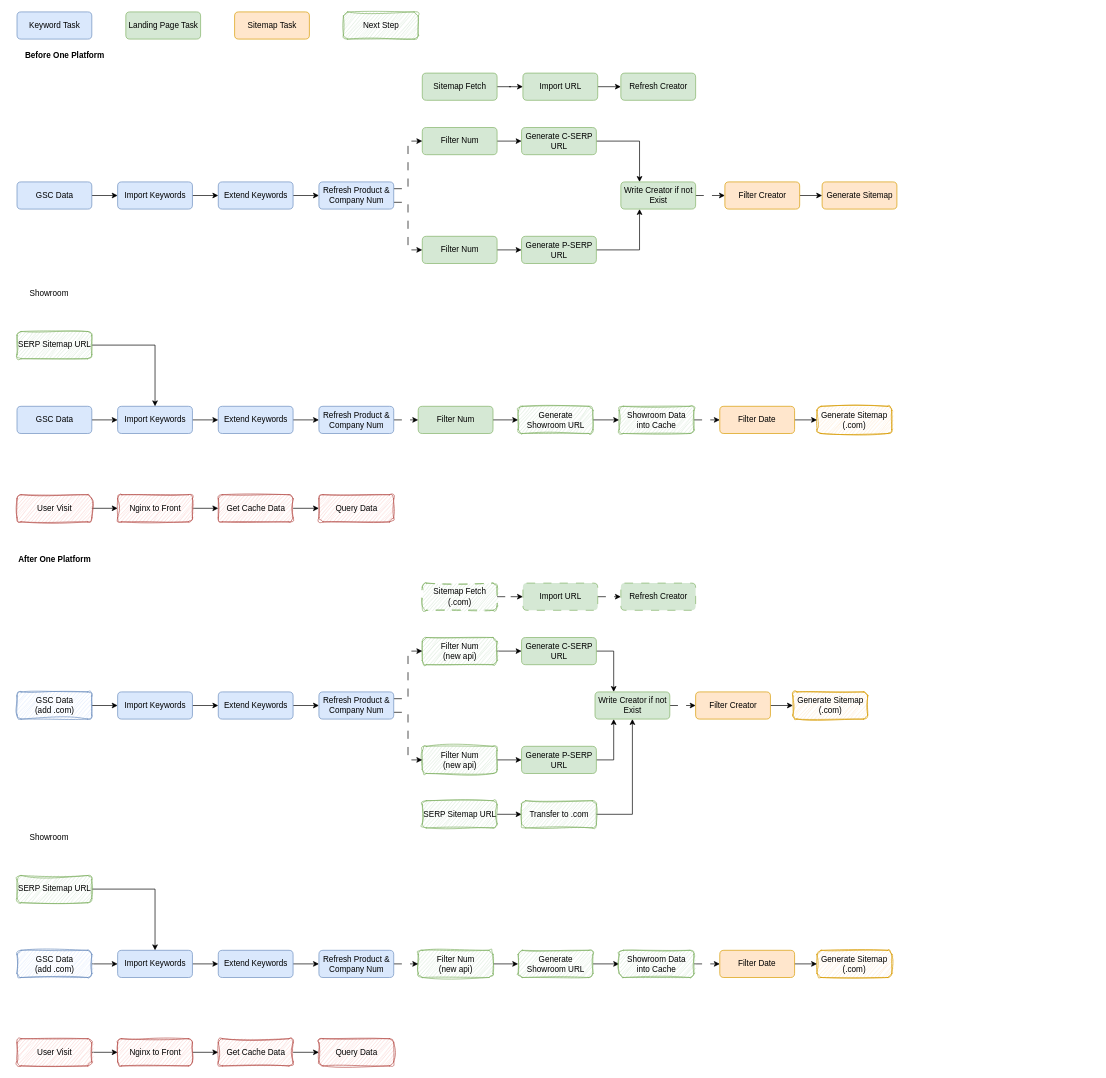
VisableHarry/seo-drawio keeps this draw.io diagram as drawio/ep_sitemap.drawio. Above is the earlier version. Source tidied: cells renumbered, new cells numbered last; positions are measured from the earlier drawing's top-left corner, leaving out a move shared by most shapes. Both pictures are drawn from the tidied source at 68%, with x=0, y=0 at pixel (12, 12).
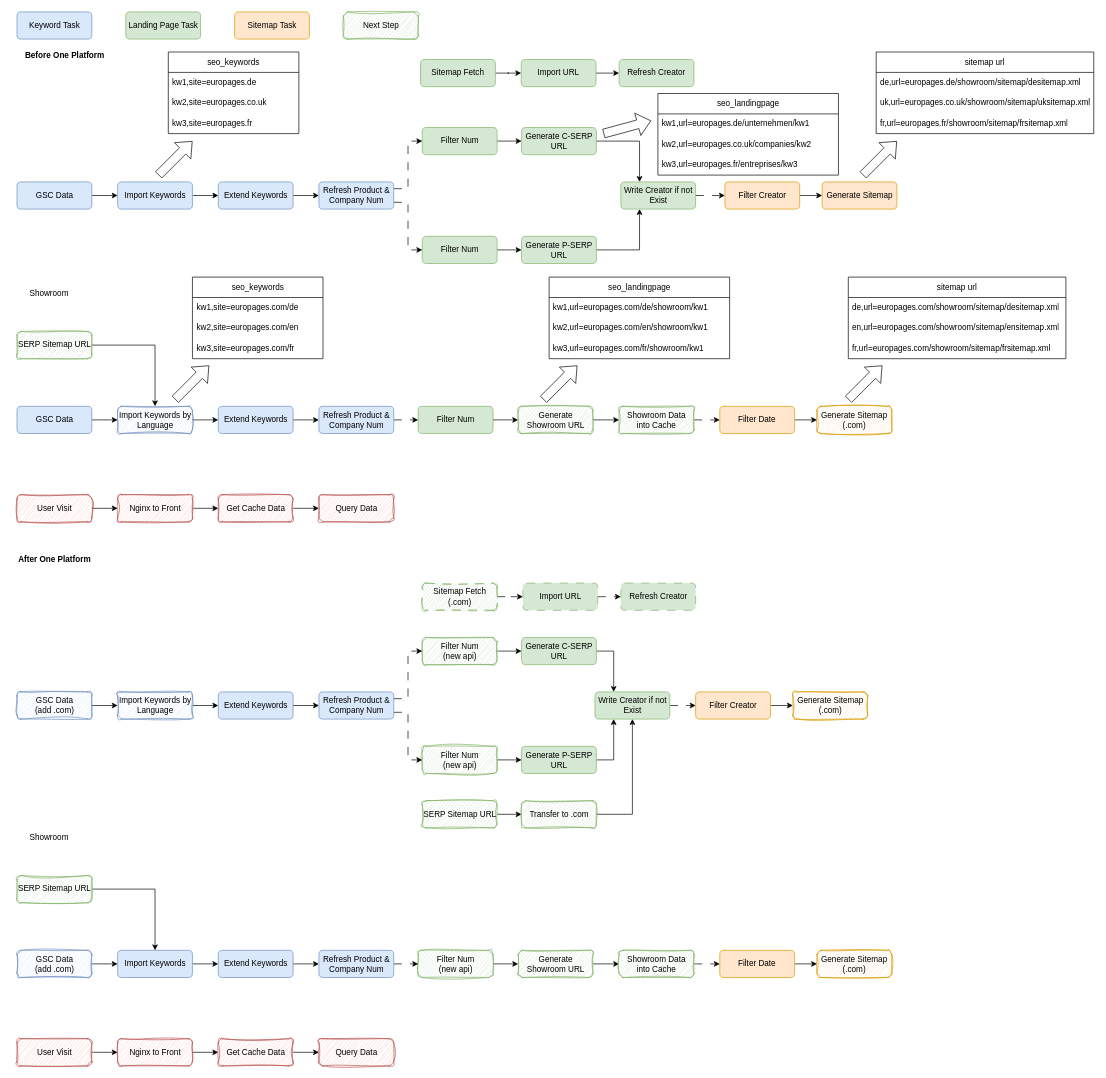
The same page after the edit.

Unchanged cells that the change refers to:
```xml
<mxCell id="35" value="GSC Data&lt;div&gt;(add .com)&lt;/div&gt;" style="rounded=1;whiteSpace=wrap;html=1;fillColor=#dae8fc;strokeColor=#6c8ebf;sketch=1;curveFitting=1;jiggle=2;" parent="1" vertex="1">
  <mxGeometry x="7.5" y="1000" width="110" height="40" as="geometry" />
</mxCell>
<mxCell id="39" value="Extend Keywords" style="rounded=1;whiteSpace=wrap;html=1;fillColor=#dae8fc;strokeColor=#6c8ebf;" parent="1" vertex="1">
  <mxGeometry x="303.5" y="1000" width="110" height="40" as="geometry" />
</mxCell>
```

The edit, as a diff of the source:
```diff
@@
     <mxCell id="17" value="Sitemap Fetch" style="rounded=1;whiteSpace=wrap;html=1;fillColor=#d5e8d4;strokeColor=#82b366;" parent="1" vertex="1">
-      <mxGeometry x="603.5" y="90" width="110" height="40" as="geometry" />
+      <mxGeometry x="601" y="70" width="110" height="40" as="geometry" />
     </mxCell>
@@
     <mxCell id="22" value="Import URL" style="rounded=1;whiteSpace=wrap;html=1;fillColor=#d5e8d4;strokeColor=#82b366;" parent="1" vertex="1">
-      <mxGeometry x="751.5" y="90" width="110" height="40" as="geometry" />
+      <mxGeometry x="749" y="70" width="110" height="40" as="geometry" />
     </mxCell>
@@
     <mxCell id="26" value="Refresh Creator" style="rounded=1;whiteSpace=wrap;html=1;fillColor=#d5e8d4;strokeColor=#82b366;" parent="1" vertex="1">
-      <mxGeometry x="895.5" y="90" width="110" height="40" as="geometry" />
+      <mxGeometry x="893" y="70" width="110" height="40" as="geometry" />
     </mxCell>
@@
-    <mxCell id="34" style="edgeStyle=orthogonalEdgeStyle;rounded=0;jettySize=auto;html=1;exitX=1;exitY=0.5;exitDx=0;exitDy=0;entryX=0;entryY=0.5;entryDx=0;entryDy=0;" parent="1" edge="1" source="35" target="37">
-      <mxGeometry relative="1" as="geometry" />
+    <mxCell id="34" style="edgeStyle=orthogonalEdgeStyle;rounded=0;jettySize=auto;html=1;exitX=1;exitY=0.5;exitDx=0;exitDy=0;entryX=0;entryY=0.5;entryDx=0;entryDy=0;" parent="1" edge="1" source="35">
+      <mxGeometry relative="1" as="geometry">
+        <mxPoint x="155.5" y="1020" as="targetPoint" />
+      </mxGeometry>
     </mxCell>
@@
-    <mxCell id="36" style="edgeStyle=orthogonalEdgeStyle;rounded=0;jettySize=auto;html=1;exitX=1;exitY=0.5;exitDx=0;exitDy=0;entryX=0;entryY=0.5;entryDx=0;entryDy=0;" parent="1" edge="1" source="37" target="39">
-      <mxGeometry relative="1" as="geometry" />
+    <mxCell id="36" style="edgeStyle=orthogonalEdgeStyle;rounded=0;jettySize=auto;html=1;exitX=1;exitY=0.5;exitDx=0;exitDy=0;entryX=0;entryY=0.5;entryDx=0;entryDy=0;" parent="1" edge="1" target="39">
+      <mxGeometry relative="1" as="geometry">
+        <mxPoint x="265.5" y="1020" as="sourcePoint" />
+      </mxGeometry>
     </mxCell>
-    <mxCell id="37" value="Import Keywords" style="rounded=1;whiteSpace=wrap;html=1;fillColor=#dae8fc;strokeColor=#6c8ebf;" parent="1" vertex="1">
-      <mxGeometry x="155.5" y="1000" width="110" height="40" as="geometry" />
-    </mxCell>
@@
-    <mxCell id="93" value="Import Keywords" style="rounded=1;whiteSpace=wrap;html=1;fillColor=#dae8fc;strokeColor=#6c8ebf;" parent="1" vertex="1">
+    <mxCell id="93" value="Import Keywords by Language" style="rounded=1;whiteSpace=wrap;html=1;fillColor=#dae8fc;strokeColor=#6c8ebf;sketch=1;curveFitting=1;jiggle=2;" parent="1" vertex="1">
       <mxGeometry x="155.5" y="580" width="110" height="40" as="geometry" />
     </mxCell>
@@
+    <mxCell id="120" value="seo_keywords" style="swimlane;fontStyle=0;horizontal=1;startSize=30;whiteSpace=wrap;html=1;" parent="1" vertex="1">
+      <mxGeometry x="265.5" y="390" width="192" height="120" as="geometry" />
+    </mxCell>
+    <mxCell id="121" value="kw1,site=europages.com/de" style="text;strokeColor=none;fillColor=none;align=left;verticalAlign=middle;spacingLeft=4;spacingRight=4;overflow=hidden;whiteSpace=wrap;html=1;" parent="120" vertex="1">
+      <mxGeometry y="30" width="192" height="30" as="geometry" />
+    </mxCell>
+    <mxCell id="122" value="kw2,site=europages.com/en" style="text;strokeColor=none;fillColor=none;align=left;verticalAlign=middle;spacingLeft=4;spacingRight=4;overflow=hidden;whiteSpace=wrap;html=1;" parent="120" vertex="1">
+      <mxGeometry y="60" width="192" height="30" as="geometry" />
+    </mxCell>
+    <mxCell id="123" value="kw3,site=europages.com/fr" style="text;strokeColor=none;fillColor=none;align=left;verticalAlign=middle;spacingLeft=4;spacingRight=4;overflow=hidden;whiteSpace=wrap;html=1;" parent="120" vertex="1">
+      <mxGeometry y="90" width="192" height="30" as="geometry" />
+    </mxCell>
+    <mxCell id="124" style="shape=flexArrow;endArrow=classic;html=1;rounded=0;width=13;endSize=6.27;" parent="1" edge="1">
+      <mxGeometry relative="1" as="geometry">
+        <mxPoint x="240" y="570" as="sourcePoint" />
+        <mxPoint x="290" y="520" as="targetPoint" />
+      </mxGeometry>
+    </mxCell>
+    <mxCell id="125" value="seo_landingpage" style="swimlane;fontStyle=0;horizontal=1;startSize=30;whiteSpace=wrap;html=1;" parent="1" vertex="1">
+      <mxGeometry x="790" y="390" width="265.5" height="120" as="geometry" />
+    </mxCell>
+    <mxCell id="126" value="kw1,url=europages.com/de/showroom/kw1" style="text;strokeColor=none;fillColor=none;align=left;verticalAlign=middle;spacingLeft=4;spacingRight=4;overflow=hidden;whiteSpace=wrap;html=1;" parent="125" vertex="1">
+      <mxGeometry y="30" width="265.5" height="30" as="geometry" />
+    </mxCell>
+    <mxCell id="127" value="kw2,url=europages.com/en/showroom/kw1" style="text;strokeColor=none;fillColor=none;align=left;verticalAlign=middle;spacingLeft=4;spacingRight=4;overflow=hidden;whiteSpace=wrap;html=1;" parent="125" vertex="1">
+      <mxGeometry y="60" width="265.5" height="30" as="geometry" />
+    </mxCell>
+    <mxCell id="128" value="kw3,url=europages.com/fr/showroom/kw1" style="text;strokeColor=none;fillColor=none;align=left;verticalAlign=middle;spacingLeft=4;spacingRight=4;overflow=hidden;whiteSpace=wrap;html=1;" parent="125" vertex="1">
+      <mxGeometry y="90" width="265.5" height="30" as="geometry" />
+    </mxCell>
+    <mxCell id="129" style="shape=flexArrow;endArrow=classic;html=1;rounded=0;width=13;endSize=6.27;" parent="1" edge="1">
+      <mxGeometry relative="1" as="geometry">
+        <mxPoint x="781.5" y="570" as="sourcePoint" />
+        <mxPoint x="831.5" y="520" as="targetPoint" />
+      </mxGeometry>
+    </mxCell>
+    <mxCell id="130" value="sitemap url" style="swimlane;fontStyle=0;horizontal=1;startSize=30;whiteSpace=wrap;html=1;" parent="1" vertex="1">
+      <mxGeometry x="1230" y="390" width="320" height="120" as="geometry" />
+    </mxCell>
+    <mxCell id="131" value="de,url=europages.com/showroom/sitemap/desitemap.xml" style="text;strokeColor=none;fillColor=none;align=left;verticalAlign=middle;spacingLeft=4;spacingRight=4;overflow=hidden;whiteSpace=wrap;html=1;" parent="130" vertex="1">
+      <mxGeometry y="30" width="320" height="30" as="geometry" />
+    </mxCell>
+    <mxCell id="132" value="en,url=europages.com/showroom/sitemap/ensitemap.xml" style="text;strokeColor=none;fillColor=none;align=left;verticalAlign=middle;spacingLeft=4;spacingRight=4;overflow=hidden;whiteSpace=wrap;html=1;" parent="130" vertex="1">
+      <mxGeometry y="60" width="320" height="30" as="geometry" />
+    </mxCell>
+    <mxCell id="133" value="fr,url=europages.com/showroom/sitemap/frsitemap.xml" style="text;strokeColor=none;fillColor=none;align=left;verticalAlign=middle;spacingLeft=4;spacingRight=4;overflow=hidden;whiteSpace=wrap;html=1;" parent="130" vertex="1">
+      <mxGeometry y="90" width="320" height="30" as="geometry" />
+    </mxCell>
+    <mxCell id="134" style="shape=flexArrow;endArrow=classic;html=1;rounded=0;width=13;endSize=6.27;" parent="1" edge="1">
+      <mxGeometry relative="1" as="geometry">
+        <mxPoint x="1230" y="570" as="sourcePoint" />
+        <mxPoint x="1280" y="520" as="targetPoint" />
+      </mxGeometry>
+    </mxCell>
+    <mxCell id="135" value="sitemap url" style="swimlane;fontStyle=0;horizontal=1;startSize=30;whiteSpace=wrap;html=1;" parent="1" vertex="1">
+      <mxGeometry x="1271" y="59" width="320" height="120" as="geometry" />
+    </mxCell>
+    <mxCell id="136" value="de,url=europages.de/showroom/sitemap/desitemap.xml" style="text;strokeColor=none;fillColor=none;align=left;verticalAlign=middle;spacingLeft=4;spacingRight=4;overflow=hidden;whiteSpace=wrap;html=1;" parent="135" vertex="1">
+      <mxGeometry y="30" width="320" height="30" as="geometry" />
+    </mxCell>
+    <mxCell id="137" value="uk,url=europages.co.uk/showroom/sitemap/uksitemap.xml" style="text;strokeColor=none;fillColor=none;align=left;verticalAlign=middle;spacingLeft=4;spacingRight=4;overflow=hidden;whiteSpace=wrap;html=1;" parent="135" vertex="1">
+      <mxGeometry y="60" width="320" height="30" as="geometry" />
+    </mxCell>
+    <mxCell id="138" value="fr,url=europages.fr/showroom/sitemap/frsitemap.xml" style="text;strokeColor=none;fillColor=none;align=left;verticalAlign=middle;spacingLeft=4;spacingRight=4;overflow=hidden;whiteSpace=wrap;html=1;" parent="135" vertex="1">
+      <mxGeometry y="90" width="320" height="30" as="geometry" />
+    </mxCell>
+    <mxCell id="139" style="shape=flexArrow;endArrow=classic;html=1;rounded=0;width=13;endSize=6.27;" parent="1" edge="1">
+      <mxGeometry relative="1" as="geometry">
+        <mxPoint x="1251.5" y="240" as="sourcePoint" />
+        <mxPoint x="1301.5" y="190" as="targetPoint" />
+      </mxGeometry>
+    </mxCell>
+    <mxCell id="140" value="seo_landingpage" style="swimlane;fontStyle=0;horizontal=1;startSize=30;whiteSpace=wrap;html=1;" parent="1" vertex="1">
+      <mxGeometry x="950" y="120" width="265.5" height="120" as="geometry" />
+    </mxCell>
+    <mxCell id="141" value="kw1,url=europages.de/unternehmen/kw1" style="text;strokeColor=none;fillColor=none;align=left;verticalAlign=middle;spacingLeft=4;spacingRight=4;overflow=hidden;whiteSpace=wrap;html=1;" parent="140" vertex="1">
+      <mxGeometry y="30" width="265.5" height="30" as="geometry" />
+    </mxCell>
+    <mxCell id="142" value="kw2,url=europages.co.uk/companies/kw2" style="text;strokeColor=none;fillColor=none;align=left;verticalAlign=middle;spacingLeft=4;spacingRight=4;overflow=hidden;whiteSpace=wrap;html=1;" parent="140" vertex="1">
+      <mxGeometry y="60" width="265.5" height="30" as="geometry" />
+    </mxCell>
+    <mxCell id="143" value="kw3,url=europages.fr/entreprises/kw3" style="text;strokeColor=none;fillColor=none;align=left;verticalAlign=middle;spacingLeft=4;spacingRight=4;overflow=hidden;whiteSpace=wrap;html=1;" parent="140" vertex="1">
+      <mxGeometry y="90" width="265.5" height="30" as="geometry" />
+    </mxCell>
+    <mxCell id="144" style="shape=flexArrow;endArrow=classic;html=1;rounded=0;width=13;endSize=6.27;" parent="1" edge="1">
+      <mxGeometry relative="1" as="geometry">
+        <mxPoint x="870" y="179" as="sourcePoint" />
+        <mxPoint x="940" y="160" as="targetPoint" />
+      </mxGeometry>
+    </mxCell>
+    <mxCell id="145" value="seo_keywords" style="swimlane;fontStyle=0;horizontal=1;startSize=30;whiteSpace=wrap;html=1;" parent="1" vertex="1">
+      <mxGeometry x="230" y="59" width="192" height="120" as="geometry" />
+    </mxCell>
+    <mxCell id="146" value="kw1,site=europages.de" style="text;strokeColor=none;fillColor=none;align=left;verticalAlign=middle;spacingLeft=4;spacingRight=4;overflow=hidden;whiteSpace=wrap;html=1;" parent="145" vertex="1">
+      <mxGeometry y="30" width="192" height="30" as="geometry" />
+    </mxCell>
+    <mxCell id="147" value="kw2,site=europages.co.uk" style="text;strokeColor=none;fillColor=none;align=left;verticalAlign=middle;spacingLeft=4;spacingRight=4;overflow=hidden;whiteSpace=wrap;html=1;" parent="145" vertex="1">
+      <mxGeometry y="60" width="192" height="30" as="geometry" />
+    </mxCell>
+    <mxCell id="148" value="kw3,site=europages.fr" style="text;strokeColor=none;fillColor=none;align=left;verticalAlign=middle;spacingLeft=4;spacingRight=4;overflow=hidden;whiteSpace=wrap;html=1;" parent="145" vertex="1">
+      <mxGeometry y="90" width="192" height="30" as="geometry" />
+    </mxCell>
+    <mxCell id="149" style="shape=flexArrow;endArrow=classic;html=1;rounded=0;width=13;endSize=6.27;" parent="1" edge="1">
+      <mxGeometry relative="1" as="geometry">
+        <mxPoint x="215.5" y="240" as="sourcePoint" />
+        <mxPoint x="265.5" y="190" as="targetPoint" />
+      </mxGeometry>
+    </mxCell>
+    <mxCell id="150" value="Import Keywords by Language" style="rounded=1;whiteSpace=wrap;html=1;fillColor=#dae8fc;strokeColor=#6c8ebf;sketch=1;curveFitting=1;jiggle=2;" parent="1" vertex="1">
+      <mxGeometry x="155.5" y="1000" width="110" height="40" as="geometry" />
+    </mxCell>
```
